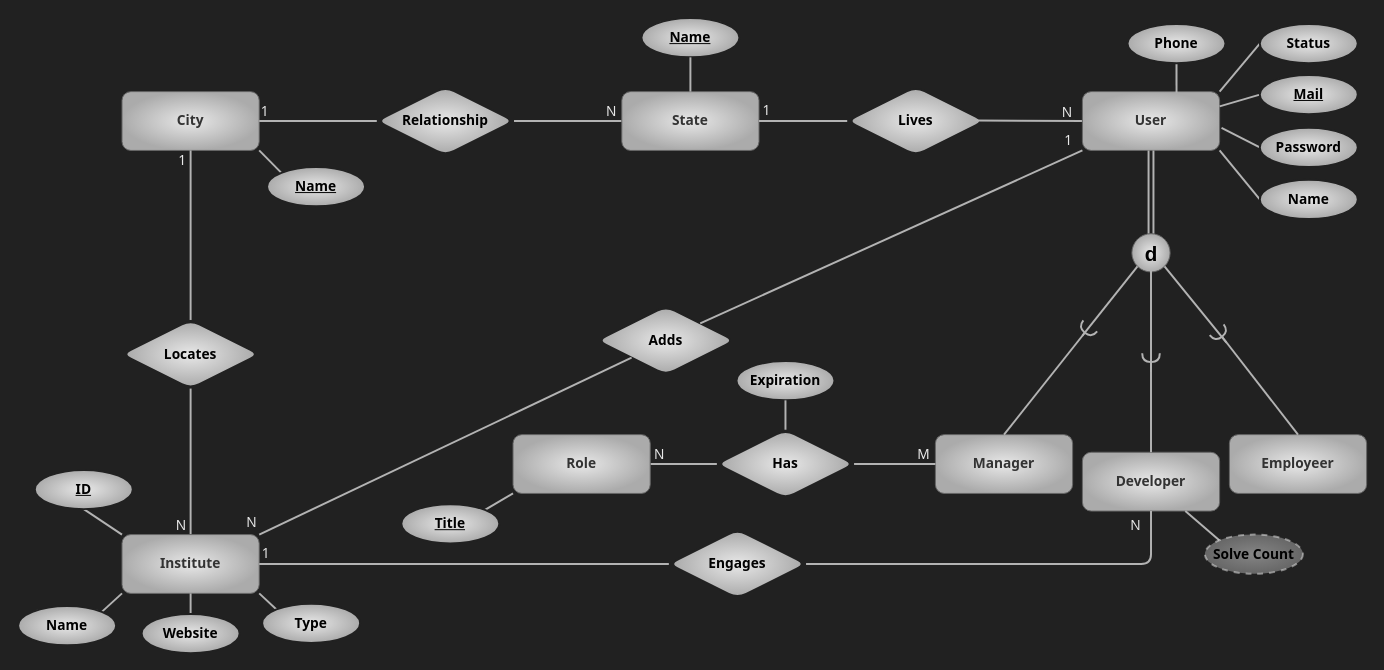
Before: page "authentication" (3 of 5) of er.drawio in kntu-db/quera-db, a draw.io diagram. Source tidied: cells renumbered, new cells numbered last; positions are measured from the earlier drawing's top-left corner, leaving out a move shared by most shapes. Both pictures are drawn from the tidied source at 98%, with x=0, y=0 at pixel (18, 18).
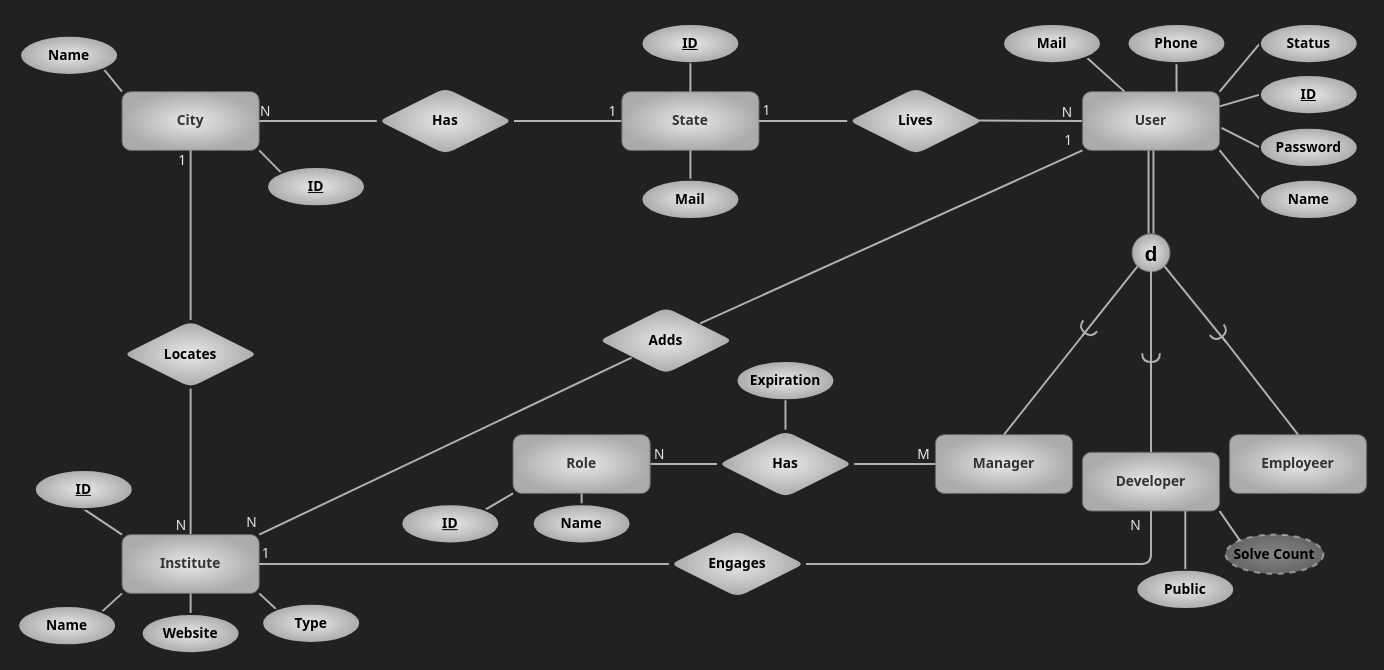
The same diagram, later.

Unchanged cells that the change refers to:
```xml
<mxCell id="2" value="City" style="whiteSpace=wrap;html=1;align=center;fontFamily=Tahoma;rounded=1;fillColor=#E8E8E8;strokeColor=#666666;fontColor=#333333;gradientColor=#ABABAB;gradientDirection=radial;fontSize=14;labelBackgroundColor=none;fontStyle=1;" parent="1" vertex="1">
  <mxGeometry x="106" y="75" width="140" height="60" as="geometry" />
</mxCell>
<mxCell id="17" style="endArrow=none;html=1;rounded=1;shadow=0;sketch=0;fontFamily=Tahoma;fontSize=14;fontColor=#E8E8E8;strokeWidth=2;fillColor=none;strokeColor=#B3B3B3;entryX=1;entryY=0.5;entryDx=0;entryDy=0;exitX=0;exitY=0.5;exitDx=0;exitDy=0;" parent="1" edge="1" source="19" target="2">
  <mxGeometry relative="1" as="geometry" />
</mxCell>
<mxCell id="20" style="endArrow=none;html=1;rounded=1;shadow=0;sketch=0;fontFamily=Tahoma;fontSize=14;fontColor=#E8E8E8;strokeWidth=2;fillColor=none;strokeColor=#B3B3B3;entryX=1;entryY=0.5;entryDx=0;entryDy=0;exitX=0;exitY=0.5;exitDx=0;exitDy=0;exitPerimeter=0;" parent="1" edge="1" source="22" target="19">
  <mxGeometry relative="1" as="geometry" />
</mxCell>
<mxCell id="22" value="State" style="whiteSpace=wrap;html=1;align=center;fontFamily=Tahoma;rounded=1;fillColor=#E8E8E8;strokeColor=#666666;fontColor=#333333;gradientColor=#ABABAB;gradientDirection=radial;fontSize=14;labelBackgroundColor=none;fontStyle=1;" parent="1" vertex="1">
  <mxGeometry x="616" y="75" width="140" height="60" as="geometry" />
</mxCell>
<mxCell id="30" value="User" style="whiteSpace=wrap;html=1;align=center;fontFamily=Tahoma;rounded=1;fillColor=#E8E8E8;strokeColor=#666666;fontColor=#333333;gradientColor=#ABABAB;gradientDirection=radial;fontSize=14;labelBackgroundColor=none;fontStyle=1;" parent="1" vertex="1">
  <mxGeometry x="1086" y="75" width="140" height="60" as="geometry" />
</mxCell>
<mxCell id="43" value="Developer" style="whiteSpace=wrap;html=1;align=center;fontFamily=Tahoma;rounded=1;fillColor=#E8E8E8;strokeColor=#666666;fontColor=#333333;gradientColor=#ABABAB;gradientDirection=radial;fontSize=14;labelBackgroundColor=none;fontStyle=1;" parent="1" vertex="1">
  <mxGeometry x="1086" y="443" width="140" height="60" as="geometry" />
</mxCell>
<mxCell id="66" value="Role" style="whiteSpace=wrap;html=1;align=center;fontFamily=Tahoma;rounded=1;fillColor=#E8E8E8;strokeColor=#666666;fontColor=#333333;gradientColor=#ABABAB;gradientDirection=radial;fontSize=14;labelBackgroundColor=none;fontStyle=1;" parent="1" vertex="1">
  <mxGeometry x="505" y="425" width="140" height="60" as="geometry" />
</mxCell>
```

What changed in the source:
```diff
@@
-    <mxCell id="4" value="Name" style="ellipse;whiteSpace=wrap;html=1;align=center;fontStyle=5;rounded=1;labelBackgroundColor=none;fontFamily=Tahoma;fontSize=14;fontColor=#000000;strokeColor=#212121;strokeWidth=2;fillColor=#E8E8E8;gradientColor=#ABABAB;gradientDirection=radial;" parent="1" vertex="1">
+    <mxCell id="4" value="ID" style="ellipse;whiteSpace=wrap;html=1;align=center;fontStyle=5;rounded=1;labelBackgroundColor=none;fontFamily=Tahoma;fontSize=14;fontColor=#000000;strokeColor=#212121;strokeWidth=2;fillColor=#E8E8E8;gradientColor=#ABABAB;gradientDirection=radial;" parent="1" vertex="1">
       <mxGeometry x="254" y="152" width="100" height="40" as="geometry" />
     </mxCell>
@@
-    <mxCell id="18" value="1" style="html=1;align=right;verticalAlign=bottom;rounded=1;shadow=0;glass=0;labelBackgroundColor=none;labelBorderColor=none;fontFamily=Tahoma;fontSize=14;fontColor=#E8E8E8;strokeColor=#3D3D3D;strokeWidth=1;fillColor=#E8E8E8;gradientColor=#ABABAB;gradientDirection=radial;" parent="17" vertex="1">
+    <mxCell id="18" value="N" style="html=1;align=right;verticalAlign=bottom;rounded=1;shadow=0;glass=0;labelBackgroundColor=none;labelBorderColor=none;fontFamily=Tahoma;fontSize=14;fontColor=#E8E8E8;strokeColor=#3D3D3D;strokeWidth=1;fillColor=#E8E8E8;gradientColor=#ABABAB;gradientDirection=radial;" parent="17" vertex="1">
       <mxGeometry x="1" relative="1" as="geometry">
-        <mxPoint x="10" as="offset" />
+        <mxPoint x="12" as="offset" />
       </mxGeometry>
     </mxCell>
-    <mxCell id="19" value="Relationship" style="shape=rhombus;perimeter=rhombusPerimeter;whiteSpace=wrap;html=1;align=center;rounded=1;labelBackgroundColor=none;fontFamily=Tahoma;fontSize=14;fontColor=#000000;strokeColor=#212121;strokeWidth=2;fillColor=#E8E8E8;gradientColor=#ABABAB;gradientDirection=radial;fontStyle=1;" parent="1" vertex="1">
+    <mxCell id="19" value="Has" style="shape=rhombus;perimeter=rhombusPerimeter;whiteSpace=wrap;html=1;align=center;rounded=1;labelBackgroundColor=none;fontFamily=Tahoma;fontSize=14;fontColor=#000000;strokeColor=#212121;strokeWidth=2;fillColor=#E8E8E8;gradientColor=#ABABAB;gradientDirection=radial;fontStyle=1;" parent="1" vertex="1">
       <mxGeometry x="366" y="70" width="140" height="70" as="geometry" />
     </mxCell>
@@
-    <mxCell id="21" value="N" style="html=1;align=right;verticalAlign=bottom;rounded=1;shadow=0;glass=0;labelBackgroundColor=none;labelBorderColor=none;fontFamily=Tahoma;fontSize=14;fontColor=#E8E8E8;strokeColor=#3D3D3D;strokeWidth=1;fillColor=#E8E8E8;gradientColor=#ABABAB;gradientDirection=radial;" parent="20" vertex="1">
+    <mxCell id="21" value="1" style="html=1;align=right;verticalAlign=bottom;rounded=1;shadow=0;glass=0;labelBackgroundColor=none;labelBorderColor=none;fontFamily=Tahoma;fontSize=14;fontColor=#E8E8E8;strokeColor=#3D3D3D;strokeWidth=1;fillColor=#E8E8E8;gradientColor=#ABABAB;gradientDirection=radial;" parent="20" vertex="1">
       <mxGeometry x="1" relative="1" as="geometry">
         <mxPoint x="105" as="offset" />
       </mxGeometry>
     </mxCell>
@@
-    <mxCell id="23" value="Name" style="ellipse;whiteSpace=wrap;html=1;align=center;fontStyle=5;rounded=1;labelBackgroundColor=none;fontFamily=Tahoma;fontSize=14;fontColor=#000000;strokeColor=#212121;strokeWidth=2;fillColor=#E8E8E8;gradientColor=#ABABAB;gradientDirection=radial;" parent="1" vertex="1">
-      <mxGeometry x="636" width="100" height="40" as="geometry" />
+    <mxCell id="23" value="ID" style="ellipse;whiteSpace=wrap;html=1;align=center;fontStyle=5;rounded=1;labelBackgroundColor=none;fontFamily=Tahoma;fontSize=14;fontColor=#000000;strokeColor=#212121;strokeWidth=2;fillColor=#E8E8E8;gradientColor=#ABABAB;gradientDirection=radial;" parent="1" vertex="1">
+      <mxGeometry x="636" y="6" width="100" height="40" as="geometry" />
     </mxCell>
@@
-    <mxCell id="40" value="Mail" style="ellipse;whiteSpace=wrap;html=1;align=center;fontStyle=5;rounded=1;labelBackgroundColor=none;fontFamily=Tahoma;fontSize=14;fontColor=#000000;strokeColor=#212121;strokeWidth=2;fillColor=#E8E8E8;gradientColor=#ABABAB;gradientDirection=radial;" parent="1" vertex="1">
+    <mxCell id="40" value="ID" style="ellipse;whiteSpace=wrap;html=1;align=center;fontStyle=5;rounded=1;labelBackgroundColor=none;fontFamily=Tahoma;fontSize=14;fontColor=#000000;strokeColor=#212121;strokeWidth=2;fillColor=#E8E8E8;gradientColor=#ABABAB;gradientDirection=radial;" parent="1" vertex="1">
       <mxGeometry x="1267" y="58" width="100" height="40" as="geometry" />
     </mxCell>
@@
-    <mxCell id="54" style="endArrow=none;html=1;rounded=1;fontFamily=Tahoma;fontSize=14;fontColor=#000000;strokeWidth=2;sketch=0;shadow=0;fillColor=none;strokeColor=#B3B3B3;exitX=0.75;exitY=1;exitDx=0;exitDy=0;entryX=0;entryY=0;entryDx=0;entryDy=0;" parent="1" edge="1" source="43" target="55">
+    <mxCell id="54" style="endArrow=none;html=1;rounded=1;fontFamily=Tahoma;fontSize=14;fontColor=#000000;strokeWidth=2;sketch=0;shadow=0;fillColor=none;strokeColor=#B3B3B3;exitX=1;exitY=1;exitDx=0;exitDy=0;entryX=0;entryY=0;entryDx=0;entryDy=0;" parent="1" edge="1" source="43" target="55">
       <mxGeometry relative="1" as="geometry" />
     </mxCell>
     <mxCell id="55" value="Solve Count" style="ellipse;whiteSpace=wrap;html=1;align=center;dashed=1;rounded=1;labelBackgroundColor=none;fontFamily=Tahoma;fontSize=14;fontColor=#000000;strokeColor=#e8e8e8;strokeWidth=2;fillColor=#E8E8E8;gradientColor=#ABABAB;gradientDirection=radial;perimeterSpacing=0;fontStyle=1;labelBorderColor=none;shadow=0;opacity=50;" parent="1" vertex="1">
-      <mxGeometry x="1211" y="527" width="100" height="40" as="geometry" />
+      <mxGeometry x="1232" y="527" width="100" height="40" as="geometry" />
     </mxCell>
@@
-    <mxCell id="71" value="Title" style="ellipse;whiteSpace=wrap;html=1;align=center;rounded=1;labelBackgroundColor=none;fontFamily=Tahoma;fontSize=14;fontColor=#000000;strokeColor=#212121;strokeWidth=2;fillColor=#E8E8E8;gradientColor=#ABABAB;gradientDirection=radial;fontStyle=5;" parent="1" vertex="1">
+    <mxCell id="71" value="ID" style="ellipse;whiteSpace=wrap;html=1;align=center;rounded=1;labelBackgroundColor=none;fontFamily=Tahoma;fontSize=14;fontColor=#000000;strokeColor=#212121;strokeWidth=2;fillColor=#E8E8E8;gradientColor=#ABABAB;gradientDirection=radial;fontStyle=5;" parent="1" vertex="1">
       <mxGeometry x="391" y="496" width="100" height="40" as="geometry" />
     </mxCell>
@@
+    <mxCell id="79" style="edgeStyle=none;html=1;exitX=1;exitY=1;exitDx=0;exitDy=0;entryX=0;entryY=0;entryDx=0;entryDy=0;strokeWidth=2;endArrow=none;endFill=0;strokeColor=#B3B3B3;" parent="1" edge="1" source="80" target="2">
+      <mxGeometry relative="1" as="geometry" />
+    </mxCell>
+    <mxCell id="80" value="Name" style="ellipse;whiteSpace=wrap;html=1;align=center;rounded=1;labelBackgroundColor=none;fontFamily=Tahoma;fontSize=14;fontColor=#000000;strokeColor=#212121;strokeWidth=2;fillColor=#E8E8E8;gradientColor=#ABABAB;gradientDirection=radial;fontStyle=1;" parent="1" vertex="1">
+      <mxGeometry x="2" y="18" width="100" height="40" as="geometry" />
+    </mxCell>
+    <mxCell id="81" style="edgeStyle=none;html=1;exitX=1;exitY=1;exitDx=0;exitDy=0;entryX=0.307;entryY=0;entryDx=0;entryDy=0;entryPerimeter=0;endArrow=none;endFill=0;strokeColor=#B3B3B3;strokeWidth=2;" parent="1" edge="1" source="82" target="30">
+      <mxGeometry relative="1" as="geometry" />
+    </mxCell>
+    <mxCell id="82" value="Mail" style="ellipse;whiteSpace=wrap;html=1;align=center;rounded=1;labelBackgroundColor=none;fontFamily=Tahoma;fontSize=14;fontColor=#000000;strokeColor=#212121;strokeWidth=2;fillColor=#E8E8E8;gradientColor=#ABABAB;gradientDirection=radial;fontStyle=1;" parent="1" vertex="1">
+      <mxGeometry x="1005" y="6" width="100" height="40" as="geometry" />
+    </mxCell>
+    <mxCell id="83" style="edgeStyle=none;html=1;exitX=0.5;exitY=0;exitDx=0;exitDy=0;entryX=0.5;entryY=1;entryDx=0;entryDy=0;endArrow=none;endFill=0;strokeColor=#B3B3B3;strokeWidth=2;" parent="1" edge="1" source="84" target="66">
+      <mxGeometry relative="1" as="geometry" />
+    </mxCell>
+    <mxCell id="84" value="Name" style="ellipse;whiteSpace=wrap;html=1;align=center;rounded=1;labelBackgroundColor=none;fontFamily=Tahoma;fontSize=14;fontColor=#000000;strokeColor=#212121;strokeWidth=2;fillColor=#E8E8E8;gradientColor=#ABABAB;gradientDirection=radial;fontStyle=1;" parent="1" vertex="1">
+      <mxGeometry x="525" y="496" width="100" height="40" as="geometry" />
+    </mxCell>
+    <mxCell id="85" style="edgeStyle=none;html=1;exitX=0.5;exitY=0;exitDx=0;exitDy=0;entryX=0.5;entryY=1;entryDx=0;entryDy=0;endArrow=none;endFill=0;strokeColor=#B3B3B3;strokeWidth=2;" parent="1" edge="1" source="86" target="22">
+      <mxGeometry relative="1" as="geometry" />
+    </mxCell>
+    <mxCell id="86" value="Mail" style="ellipse;whiteSpace=wrap;html=1;align=center;rounded=1;labelBackgroundColor=none;fontFamily=Tahoma;fontSize=14;fontColor=#000000;strokeColor=#212121;strokeWidth=2;fillColor=#E8E8E8;gradientColor=#ABABAB;gradientDirection=radial;fontStyle=1;" parent="1" vertex="1">
+      <mxGeometry x="636" y="165" width="100" height="40" as="geometry" />
+    </mxCell>
+    <mxCell id="87" style="edgeStyle=none;html=1;exitX=0.5;exitY=0;exitDx=0;exitDy=0;entryX=0.75;entryY=1;entryDx=0;entryDy=0;endArrow=none;endFill=0;strokeColor=#B3B3B3;strokeWidth=2;" parent="1" edge="1" source="88" target="43">
+      <mxGeometry relative="1" as="geometry" />
+    </mxCell>
+    <mxCell id="88" value="Public" style="ellipse;whiteSpace=wrap;html=1;align=center;rounded=1;labelBackgroundColor=none;fontFamily=Tahoma;fontSize=14;fontColor=#000000;strokeColor=#212121;strokeWidth=2;fillColor=#E8E8E8;gradientColor=#ABABAB;gradientDirection=radial;fontStyle=1;" parent="1" vertex="1">
+      <mxGeometry x="1141" y="563" width="100" height="40" as="geometry" />
+    </mxCell>
```
